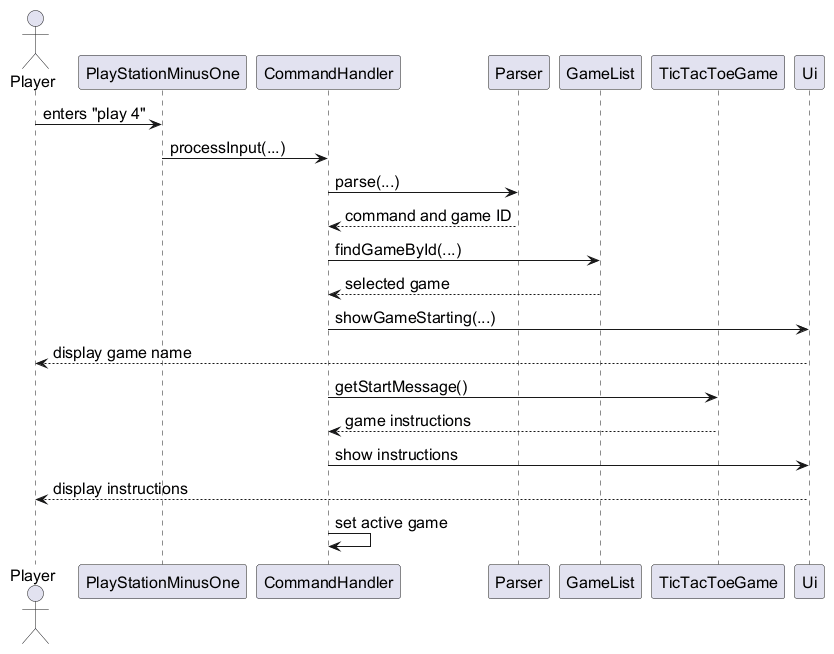
Earlier version of the PlantUML export docs/diagrams/command-routing.png (AY2627S1-CS2113-W12-3/tp).
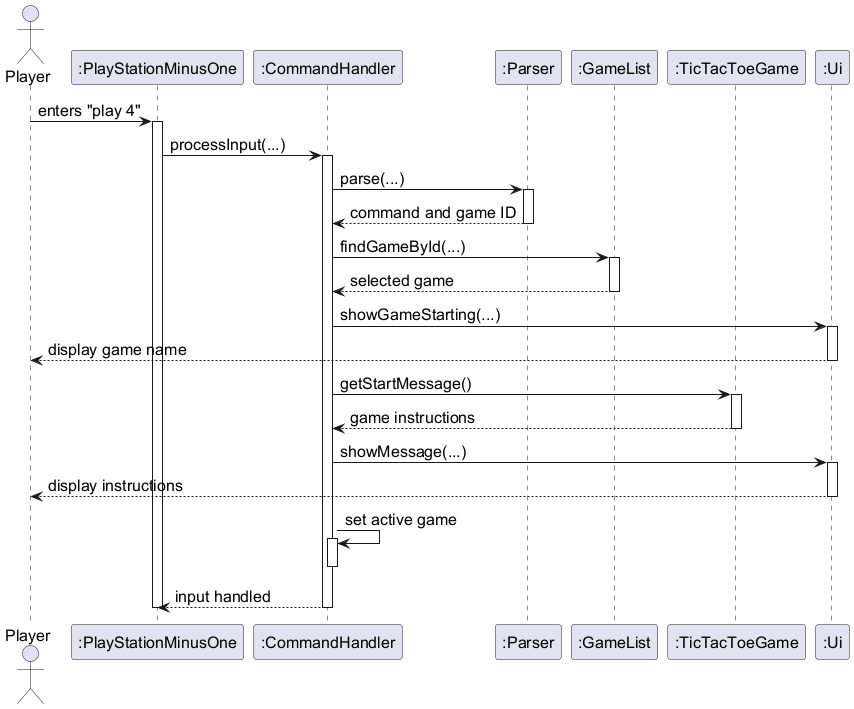
Later version of the same file.

What changed in the source:
```diff
@@ -1,24 +1,50 @@
 @startuml
-skinparam defaultFontSize 16
+!include style.iuml
+
 actor Player
-participant PlayStationMinusOne as App
-participant CommandHandler as Handler
-participant Parser
-participant GameList
-participant TicTacToeGame as Game
-participant Ui
+participant ":PlayStationMinusOne" as App
+participant ":CommandHandler" as Handler
+participant ":Parser" as Parser
+participant ":GameList" as GameList
+participant ":TicTacToeGame" as Game
+participant ":Ui" as Ui
 
-Player -> App: enters "play 4"
-App -> Handler: processInput(...)
-Handler -> Parser: parse(...)
-Parser --> Handler: command and game ID
-Handler -> GameList: findGameById(...)
-GameList --> Handler: selected game
-Handler -> Ui: showGameStarting(...)
-Ui --> Player: display game name
-Handler -> Game: getStartMessage()
-Game --> Handler: game instructions
-Handler -> Ui: show instructions
-Ui --> Player: display instructions
-Handler -> Handler: set active game
+Player -> App : enters "play 4"
+activate App
+
+App -> Handler : processInput(...)
+activate Handler
+
+Handler -> Parser : parse(...)
+activate Parser
+Parser --> Handler : command and game ID
+deactivate Parser
+
+Handler -> GameList : findGameById(...)
+activate GameList
+GameList --> Handler : selected game
+deactivate GameList
+
+Handler -> Ui : showGameStarting(...)
+activate Ui
+Ui --> Player : display game name
+deactivate Ui
+
+Handler -> Game : getStartMessage()
+activate Game
+Game --> Handler : game instructions
+deactivate Game
+
+Handler -> Ui : showMessage(...)
+activate Ui
+Ui --> Player : display instructions
+deactivate Ui
+
+Handler -> Handler : set active game
+activate Handler
+deactivate Handler
+
+Handler --> App : input handled
+deactivate Handler
+deactivate App
 @enduml
```
